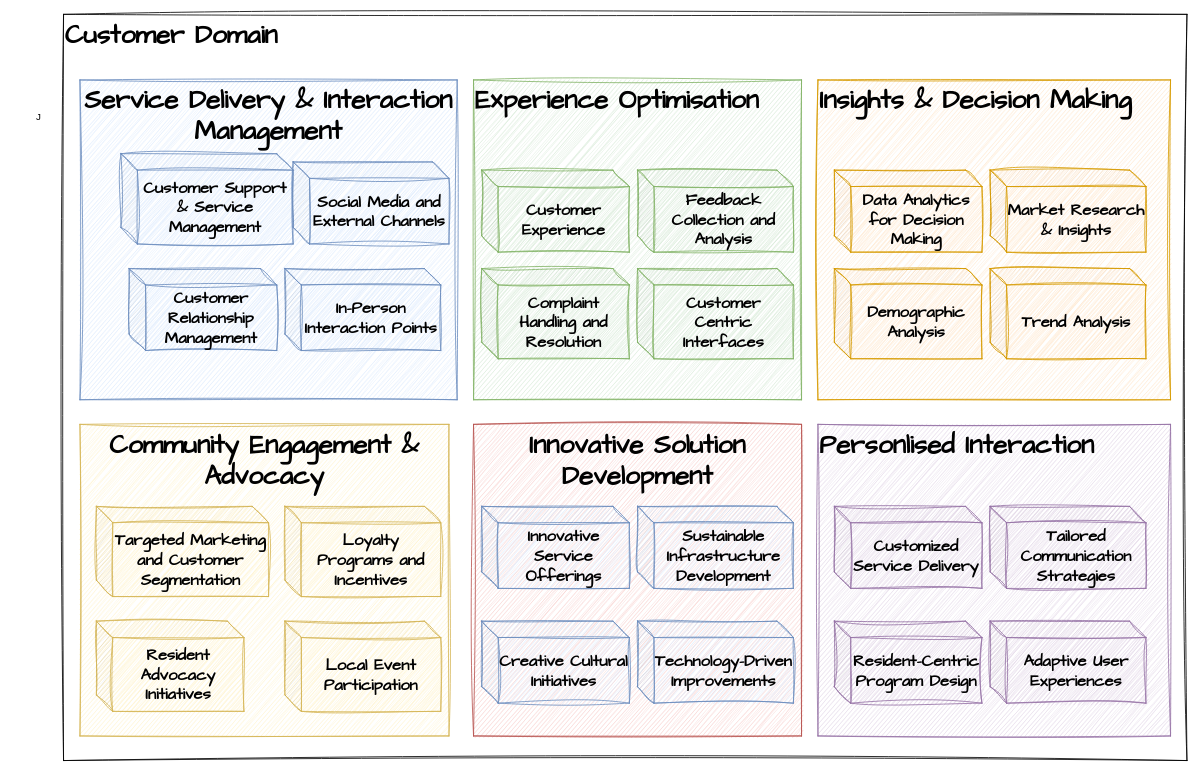
Before: page "Page-10" (10 of 13) of Untitled Diagram.drawio in onlinepractice/digitalbanking, a draw.io diagram. Source tidied: cells renumbered, new cells numbered last; positions are measured from the earlier drawing's top-left corner, leaving out a move shared by most shapes. Both pictures are drawn from the tidied source at 82%, with x=0, y=0 at pixel (14, 14).
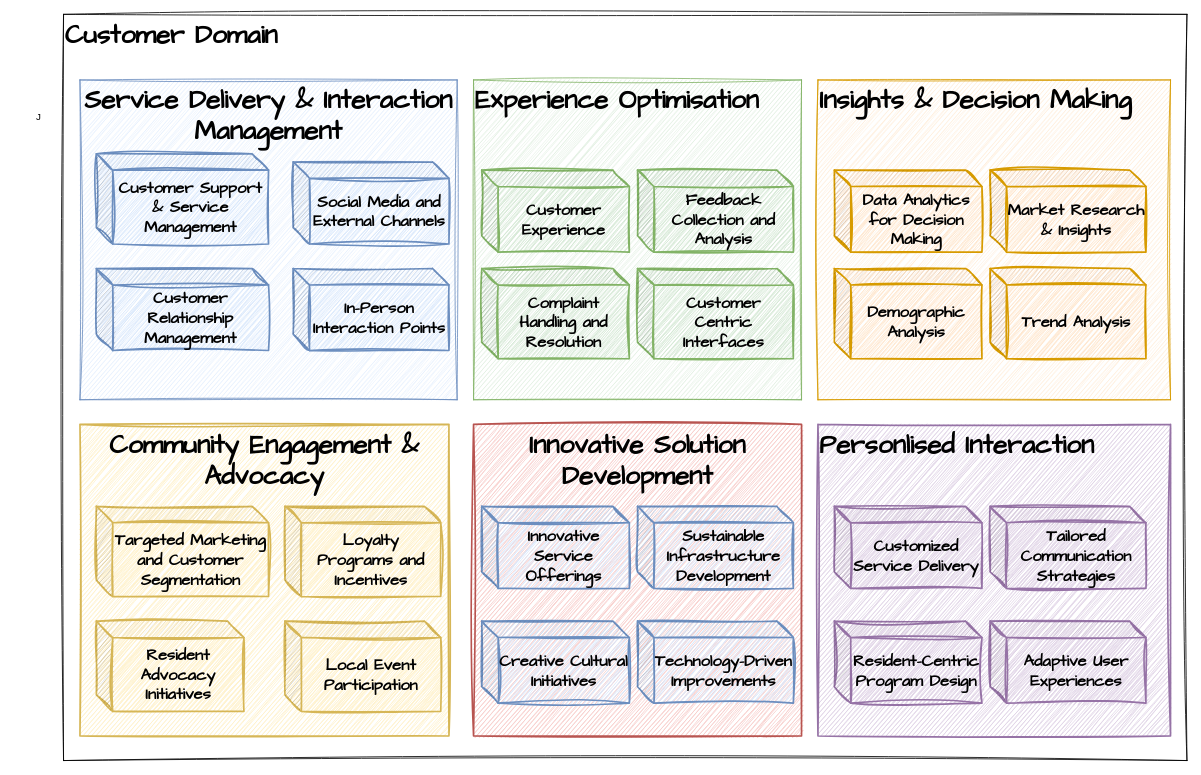
The same diagram, later.

What changed in the source:
```diff
@@
-    <mxCell id="6" value="Community Engagement &amp;amp; Advocacy" style="rounded=0;whiteSpace=wrap;html=1;sketch=1;hachureGap=4;jiggle=2;curveFitting=1;fontFamily=Architects Daughter;fontSize=32;align=center;verticalAlign=top;fontStyle=1;fillColor=#fff2cc;strokeColor=#d6b656;" parent="1" vertex="1">
+    <mxCell id="6" value="Community Engagement &amp;amp; Advocacy" style="rounded=0;whiteSpace=wrap;html=1;sketch=1;hachureGap=4;jiggle=2;curveFitting=1;fontFamily=Architects Daughter;fontSize=32;align=center;verticalAlign=top;fontStyle=1;fillColor=#fff2cc;strokeColor=#d6b656;strokeWidth=2;" parent="1" vertex="1">
       <mxGeometry x="80" y="500" width="450" height="380" as="geometry" />
     </mxCell>
-    <mxCell id="7" value="Innovative Solution Development" style="rounded=0;whiteSpace=wrap;html=1;sketch=1;hachureGap=4;jiggle=2;curveFitting=1;fontFamily=Architects Daughter;fontSize=32;align=center;verticalAlign=top;fontStyle=1;fillColor=#f8cecc;strokeColor=#b85450;" parent="1" vertex="1">
+    <mxCell id="7" value="Innovative Solution Development" style="rounded=0;whiteSpace=wrap;html=1;sketch=1;hachureGap=4;jiggle=2;curveFitting=1;fontFamily=Architects Daughter;fontSize=32;align=center;verticalAlign=top;fontStyle=1;fillColor=#f8cecc;strokeColor=#b85450;strokeWidth=2;" parent="1" vertex="1">
       <mxGeometry x="560" y="500" width="400" height="380" as="geometry" />
     </mxCell>
-    <mxCell id="8" value="Personlised Interaction" style="rounded=0;whiteSpace=wrap;html=1;sketch=1;hachureGap=4;jiggle=2;curveFitting=1;fontFamily=Architects Daughter;fontSize=32;align=left;verticalAlign=top;fontStyle=1;fillColor=#e1d5e7;strokeColor=#9673a6;" parent="1" vertex="1">
+    <mxCell id="8" value="Personlised Interaction" style="rounded=0;whiteSpace=wrap;html=1;sketch=1;hachureGap=4;jiggle=2;curveFitting=1;fontFamily=Architects Daughter;fontSize=32;align=left;verticalAlign=top;fontStyle=1;fillColor=#e1d5e7;strokeColor=#9673a6;strokeWidth=2;" parent="1" vertex="1">
       <mxGeometry x="980" y="500" width="430" height="380" as="geometry" />
     </mxCell>
-    <mxCell id="9" value="Customer Support &amp;amp; Service Management" style="shape=cube;whiteSpace=wrap;html=1;boundedLbl=1;backgroundOutline=1;darkOpacity=0.05;darkOpacity2=0.1;fontSize=20;fontFamily=Architects Daughter;align=center;verticalAlign=middle;fillColor=#dae8fc;strokeColor=#6c8ebf;rounded=0;sketch=1;hachureGap=4;jiggle=2;curveFitting=1;fontStyle=1;" parent="1" vertex="1">
-      <mxGeometry x="130" y="170" width="210" height="110" as="geometry" />
+    <mxCell id="9" value="Customer Support &amp;amp; Service Management" style="shape=cube;whiteSpace=wrap;html=1;boundedLbl=1;backgroundOutline=1;darkOpacity=0.05;darkOpacity2=0.1;fontSize=20;fontFamily=Architects Daughter;align=center;verticalAlign=middle;fillColor=#dae8fc;strokeColor=#6c8ebf;rounded=0;sketch=1;hachureGap=4;jiggle=2;curveFitting=1;fontStyle=1;strokeWidth=2;shadow=0;perimeterSpacing=0;size=20;" parent="1" vertex="1">
+      <mxGeometry x="100" y="170" width="210" height="110" as="geometry" />
     </mxCell>
-    <mxCell id="10" value="Social Media and External Channels" style="shape=cube;whiteSpace=wrap;html=1;boundedLbl=1;backgroundOutline=1;darkOpacity=0.05;darkOpacity2=0.1;fontSize=20;fontFamily=Architects Daughter;fillColor=#dae8fc;strokeColor=#6c8ebf;rounded=0;sketch=1;hachureGap=4;jiggle=2;curveFitting=1;fontStyle=1;" parent="1" vertex="1">
+    <mxCell id="10" value="Social Media and External Channels" style="shape=cube;whiteSpace=wrap;html=1;boundedLbl=1;backgroundOutline=1;darkOpacity=0.05;darkOpacity2=0.1;fontSize=20;fontFamily=Architects Daughter;fillColor=#dae8fc;strokeColor=#6c8ebf;rounded=0;sketch=1;hachureGap=4;jiggle=2;curveFitting=1;fontStyle=1;strokeWidth=2;shadow=0;perimeterSpacing=0;size=20;" parent="1" vertex="1">
       <mxGeometry x="340" y="180" width="190" height="100" as="geometry" />
     </mxCell>
-    <mxCell id="11" value="Customer Relationship Management" style="shape=cube;whiteSpace=wrap;html=1;boundedLbl=1;backgroundOutline=1;darkOpacity=0.05;darkOpacity2=0.1;fontSize=20;fontFamily=Architects Daughter;fillColor=#dae8fc;strokeColor=#6c8ebf;rounded=0;sketch=1;hachureGap=4;jiggle=2;curveFitting=1;fontStyle=1;" parent="1" vertex="1">
-      <mxGeometry x="140" y="310" width="180" height="100" as="geometry" />
+    <mxCell id="11" value="Customer Relationship Management" style="shape=cube;whiteSpace=wrap;html=1;boundedLbl=1;backgroundOutline=1;darkOpacity=0.05;darkOpacity2=0.1;fontSize=20;fontFamily=Architects Daughter;fillColor=#dae8fc;strokeColor=#6c8ebf;rounded=0;sketch=1;hachureGap=4;jiggle=2;curveFitting=1;fontStyle=1;strokeWidth=2;shadow=0;perimeterSpacing=0;size=20;" parent="1" vertex="1">
+      <mxGeometry x="100" y="310" width="210" height="100" as="geometry" />
     </mxCell>
-    <mxCell id="12" value="In-Person Interaction Points" style="shape=cube;whiteSpace=wrap;html=1;boundedLbl=1;backgroundOutline=1;darkOpacity=0.05;darkOpacity2=0.1;fontSize=20;fontFamily=Architects Daughter;fillColor=#dae8fc;strokeColor=#6c8ebf;rounded=0;sketch=1;hachureGap=4;jiggle=2;curveFitting=1;fontStyle=1;" parent="1" vertex="1">
-      <mxGeometry x="330" y="310" width="190" height="100" as="geometry" />
+    <mxCell id="12" value="In-Person Interaction Points" style="shape=cube;whiteSpace=wrap;html=1;boundedLbl=1;backgroundOutline=1;darkOpacity=0.05;darkOpacity2=0.1;fontSize=20;fontFamily=Architects Daughter;fillColor=#dae8fc;strokeColor=#6c8ebf;rounded=0;sketch=1;hachureGap=4;jiggle=2;curveFitting=1;fontStyle=1;strokeWidth=2;shadow=0;perimeterSpacing=0;size=20;" parent="1" vertex="1">
+      <mxGeometry x="340" y="310" width="190" height="100" as="geometry" />
     </mxCell>
-    <mxCell id="13" value="Customer Experience" style="shape=cube;whiteSpace=wrap;html=1;boundedLbl=1;backgroundOutline=1;darkOpacity=0.05;darkOpacity2=0.1;fontSize=20;fontFamily=Architects Daughter;fillColor=#d5e8d4;strokeColor=#82b366;rounded=0;sketch=1;hachureGap=4;jiggle=2;curveFitting=1;fontStyle=1;" parent="1" vertex="1">
+    <mxCell id="13" value="Customer Experience" style="shape=cube;whiteSpace=wrap;html=1;boundedLbl=1;backgroundOutline=1;darkOpacity=0.05;darkOpacity2=0.1;fontSize=20;fontFamily=Architects Daughter;fillColor=#d5e8d4;strokeColor=#82b366;rounded=0;sketch=1;hachureGap=4;jiggle=2;curveFitting=1;fontStyle=1;strokeWidth=2;shadow=0;perimeterSpacing=0;size=20;" parent="1" vertex="1">
       <mxGeometry x="570" y="190" width="180" height="100" as="geometry" />
     </mxCell>
-    <mxCell id="14" value="Feedback Collection and Analysis" style="shape=cube;whiteSpace=wrap;html=1;boundedLbl=1;backgroundOutline=1;darkOpacity=0.05;darkOpacity2=0.1;fontSize=20;fontFamily=Architects Daughter;fillColor=#d5e8d4;strokeColor=#82b366;rounded=0;sketch=1;hachureGap=4;jiggle=2;curveFitting=1;fontStyle=1;" parent="1" vertex="1">
+    <mxCell id="14" value="Feedback Collection and Analysis" style="shape=cube;whiteSpace=wrap;html=1;boundedLbl=1;backgroundOutline=1;darkOpacity=0.05;darkOpacity2=0.1;fontSize=20;fontFamily=Architects Daughter;fillColor=#d5e8d4;strokeColor=#82b366;rounded=0;sketch=1;hachureGap=4;jiggle=2;curveFitting=1;fontStyle=1;strokeWidth=2;shadow=0;perimeterSpacing=0;size=20;" parent="1" vertex="1">
       <mxGeometry x="760" y="190" width="190" height="100" as="geometry" />
     </mxCell>
-    <mxCell id="15" value="Complaint Handling and Resolution" style="shape=cube;whiteSpace=wrap;html=1;boundedLbl=1;backgroundOutline=1;darkOpacity=0.05;darkOpacity2=0.1;fontSize=20;fontFamily=Architects Daughter;fillColor=#d5e8d4;strokeColor=#82b366;rounded=0;sketch=1;hachureGap=4;jiggle=2;curveFitting=1;fontStyle=1;" parent="1" vertex="1">
+    <mxCell id="15" value="Complaint Handling and Resolution" style="shape=cube;whiteSpace=wrap;html=1;boundedLbl=1;backgroundOutline=1;darkOpacity=0.05;darkOpacity2=0.1;fontSize=20;fontFamily=Architects Daughter;fillColor=#d5e8d4;strokeColor=#82b366;rounded=0;sketch=1;hachureGap=4;jiggle=2;curveFitting=1;fontStyle=1;strokeWidth=2;shadow=0;perimeterSpacing=0;size=20;" parent="1" vertex="1">
       <mxGeometry x="570" y="310" width="180" height="110" as="geometry" />
     </mxCell>
-    <mxCell id="16" value="Customer Centric Interfaces" style="shape=cube;whiteSpace=wrap;html=1;boundedLbl=1;backgroundOutline=1;darkOpacity=0.05;darkOpacity2=0.1;fontSize=20;fontFamily=Architects Daughter;fillColor=#d5e8d4;strokeColor=#82b366;rounded=0;sketch=1;hachureGap=4;jiggle=2;curveFitting=1;fontStyle=1;" parent="1" vertex="1">
+    <mxCell id="16" value="Customer Centric Interfaces" style="shape=cube;whiteSpace=wrap;html=1;boundedLbl=1;backgroundOutline=1;darkOpacity=0.05;darkOpacity2=0.1;fontSize=20;fontFamily=Architects Daughter;fillColor=#d5e8d4;strokeColor=#82b366;rounded=0;sketch=1;hachureGap=4;jiggle=2;curveFitting=1;fontStyle=1;strokeWidth=2;shadow=0;perimeterSpacing=0;size=20;" parent="1" vertex="1">
       <mxGeometry x="760" y="310" width="190" height="110" as="geometry" />
     </mxCell>
-    <mxCell id="17" value="Data Analytics for Decision Making" style="shape=cube;whiteSpace=wrap;html=1;boundedLbl=1;backgroundOutline=1;darkOpacity=0.05;darkOpacity2=0.1;fontSize=20;fontFamily=Architects Daughter;fillColor=#ffe6cc;strokeColor=#d79b00;rounded=0;sketch=1;hachureGap=4;jiggle=2;curveFitting=1;fontStyle=1;" parent="1" vertex="1">
+    <mxCell id="17" value="Data Analytics for Decision Making" style="shape=cube;whiteSpace=wrap;html=1;boundedLbl=1;backgroundOutline=1;darkOpacity=0.05;darkOpacity2=0.1;fontSize=20;fontFamily=Architects Daughter;fillColor=#ffe6cc;strokeColor=#d79b00;rounded=0;sketch=1;hachureGap=4;jiggle=2;curveFitting=1;fontStyle=1;strokeWidth=2;shadow=0;perimeterSpacing=0;size=20;" parent="1" vertex="1">
       <mxGeometry x="1000" y="190" width="180" height="100" as="geometry" />
     </mxCell>
-    <mxCell id="18" value="Market Research &amp;amp; Insights" style="shape=cube;whiteSpace=wrap;html=1;boundedLbl=1;backgroundOutline=1;darkOpacity=0.05;darkOpacity2=0.1;fontSize=20;fontFamily=Architects Daughter;fillColor=#ffe6cc;strokeColor=#d79b00;rounded=0;sketch=1;hachureGap=4;jiggle=2;curveFitting=1;fontStyle=1;" parent="1" vertex="1">
+    <mxCell id="18" value="Market Research &amp;amp; Insights" style="shape=cube;whiteSpace=wrap;html=1;boundedLbl=1;backgroundOutline=1;darkOpacity=0.05;darkOpacity2=0.1;fontSize=20;fontFamily=Architects Daughter;fillColor=#ffe6cc;strokeColor=#d79b00;rounded=0;sketch=1;hachureGap=4;jiggle=2;curveFitting=1;fontStyle=1;strokeWidth=2;shadow=0;perimeterSpacing=0;size=20;" parent="1" vertex="1">
       <mxGeometry x="1190" y="190" width="190" height="100" as="geometry" />
     </mxCell>
-    <mxCell id="19" value="Demographic Analysis" style="shape=cube;whiteSpace=wrap;html=1;boundedLbl=1;backgroundOutline=1;darkOpacity=0.05;darkOpacity2=0.1;fontSize=20;fontFamily=Architects Daughter;fillColor=#ffe6cc;strokeColor=#d79b00;rounded=0;sketch=1;hachureGap=4;jiggle=2;curveFitting=1;fontStyle=1;" parent="1" vertex="1">
+    <mxCell id="19" value="Demographic Analysis" style="shape=cube;whiteSpace=wrap;html=1;boundedLbl=1;backgroundOutline=1;darkOpacity=0.05;darkOpacity2=0.1;fontSize=20;fontFamily=Architects Daughter;fillColor=#ffe6cc;strokeColor=#d79b00;rounded=0;sketch=1;hachureGap=4;jiggle=2;curveFitting=1;fontStyle=1;strokeWidth=2;shadow=0;perimeterSpacing=0;size=20;" parent="1" vertex="1">
       <mxGeometry x="1000" y="310" width="180" height="110" as="geometry" />
     </mxCell>
-    <mxCell id="20" value="Trend Analysis" style="shape=cube;whiteSpace=wrap;html=1;boundedLbl=1;backgroundOutline=1;darkOpacity=0.05;darkOpacity2=0.1;fontSize=20;fontFamily=Architects Daughter;fillColor=#ffe6cc;strokeColor=#d79b00;rounded=0;sketch=1;hachureGap=4;jiggle=2;curveFitting=1;fontStyle=1;" parent="1" vertex="1">
+    <mxCell id="20" value="Trend Analysis" style="shape=cube;whiteSpace=wrap;html=1;boundedLbl=1;backgroundOutline=1;darkOpacity=0.05;darkOpacity2=0.1;fontSize=20;fontFamily=Architects Daughter;fillColor=#ffe6cc;strokeColor=#d79b00;rounded=0;sketch=1;hachureGap=4;jiggle=2;curveFitting=1;fontStyle=1;strokeWidth=2;shadow=0;perimeterSpacing=0;size=20;" parent="1" vertex="1">
       <mxGeometry x="1190" y="310" width="190" height="110" as="geometry" />
     </mxCell>
-    <mxCell id="21" value="Targeted Marketing and Customer Segmentation" style="shape=cube;whiteSpace=wrap;html=1;boundedLbl=1;backgroundOutline=1;darkOpacity=0.05;darkOpacity2=0.1;fontSize=20;fontFamily=Architects Daughter;fillColor=#fff2cc;strokeColor=#d6b656;rounded=0;sketch=1;hachureGap=4;jiggle=2;curveFitting=1;fontStyle=1;" parent="1" vertex="1">
+    <mxCell id="21" value="Targeted Marketing and Customer Segmentation" style="shape=cube;whiteSpace=wrap;html=1;boundedLbl=1;backgroundOutline=1;darkOpacity=0.05;darkOpacity2=0.1;fontSize=20;fontFamily=Architects Daughter;fillColor=#fff2cc;strokeColor=#d6b656;rounded=0;sketch=1;hachureGap=4;jiggle=2;curveFitting=1;fontStyle=1;strokeWidth=2;shadow=0;perimeterSpacing=0;size=20;" parent="1" vertex="1">
       <mxGeometry x="100" y="600" width="210" height="110" as="geometry" />
     </mxCell>
-    <mxCell id="22" value="Loyalty Programs and Incentives" style="shape=cube;whiteSpace=wrap;html=1;boundedLbl=1;backgroundOutline=1;darkOpacity=0.05;darkOpacity2=0.1;fontSize=20;fontFamily=Architects Daughter;fillColor=#fff2cc;strokeColor=#d6b656;rounded=0;sketch=1;hachureGap=4;jiggle=2;curveFitting=1;fontStyle=1;" parent="1" vertex="1">
+    <mxCell id="22" value="Loyalty Programs and Incentives" style="shape=cube;whiteSpace=wrap;html=1;boundedLbl=1;backgroundOutline=1;darkOpacity=0.05;darkOpacity2=0.1;fontSize=20;fontFamily=Architects Daughter;fillColor=#fff2cc;strokeColor=#d6b656;rounded=0;sketch=1;hachureGap=4;jiggle=2;curveFitting=1;fontStyle=1;strokeWidth=2;shadow=0;perimeterSpacing=0;size=20;" parent="1" vertex="1">
       <mxGeometry x="330" y="600" width="190" height="110" as="geometry" />
     </mxCell>
-    <mxCell id="23" value="Resident Advocacy Initiatives" style="shape=cube;whiteSpace=wrap;html=1;boundedLbl=1;backgroundOutline=1;darkOpacity=0.05;darkOpacity2=0.1;fontSize=20;fontFamily=Architects Daughter;fillColor=#fff2cc;strokeColor=#d6b656;rounded=0;sketch=1;hachureGap=4;jiggle=2;curveFitting=1;fontStyle=1;" parent="1" vertex="1">
+    <mxCell id="23" value="Resident Advocacy Initiatives" style="shape=cube;whiteSpace=wrap;html=1;boundedLbl=1;backgroundOutline=1;darkOpacity=0.05;darkOpacity2=0.1;fontSize=20;fontFamily=Architects Daughter;fillColor=#fff2cc;strokeColor=#d6b656;rounded=0;sketch=1;hachureGap=4;jiggle=2;curveFitting=1;fontStyle=1;strokeWidth=2;shadow=0;perimeterSpacing=0;size=20;" parent="1" vertex="1">
       <mxGeometry x="100" y="740" width="180" height="110" as="geometry" />
     </mxCell>
-    <mxCell id="24" value="Local Event Participation" style="shape=cube;whiteSpace=wrap;html=1;boundedLbl=1;backgroundOutline=1;darkOpacity=0.05;darkOpacity2=0.1;fontSize=20;fontFamily=Architects Daughter;fillColor=#fff2cc;strokeColor=#d6b656;rounded=0;sketch=1;hachureGap=4;jiggle=2;curveFitting=1;fontStyle=1;" parent="1" vertex="1">
+    <mxCell id="24" value="Local Event Participation" style="shape=cube;whiteSpace=wrap;html=1;boundedLbl=1;backgroundOutline=1;darkOpacity=0.05;darkOpacity2=0.1;fontSize=20;fontFamily=Architects Daughter;fillColor=#fff2cc;strokeColor=#d6b656;rounded=0;sketch=1;hachureGap=4;jiggle=2;curveFitting=1;fontStyle=1;strokeWidth=2;shadow=0;perimeterSpacing=0;size=20;" parent="1" vertex="1">
       <mxGeometry x="330" y="740" width="190" height="110" as="geometry" />
     </mxCell>
-    <mxCell id="25" value="Innovative Service Offerings" style="shape=cube;whiteSpace=wrap;html=1;boundedLbl=1;backgroundOutline=1;darkOpacity=0.05;darkOpacity2=0.1;fontSize=20;fontFamily=Architects Daughter;fillColor=#dae8fc;strokeColor=#6c8ebf;rounded=0;sketch=1;hachureGap=4;jiggle=2;curveFitting=1;fontStyle=1;" parent="1" vertex="1">
+    <mxCell id="25" value="Innovative Service Offerings" style="shape=cube;whiteSpace=wrap;html=1;boundedLbl=1;backgroundOutline=1;darkOpacity=0.05;darkOpacity2=0.1;fontSize=20;fontFamily=Architects Daughter;fillColor=#dae8fc;strokeColor=#6c8ebf;rounded=0;sketch=1;hachureGap=4;jiggle=2;curveFitting=1;fontStyle=1;strokeWidth=2;shadow=0;perimeterSpacing=0;size=20;" parent="1" vertex="1">
       <mxGeometry x="570" y="600" width="180" height="100" as="geometry" />
     </mxCell>
-    <mxCell id="26" value="Sustainable Infrastructure Development" style="shape=cube;whiteSpace=wrap;html=1;boundedLbl=1;backgroundOutline=1;darkOpacity=0.05;darkOpacity2=0.1;fontSize=20;fontFamily=Architects Daughter;fillColor=#dae8fc;strokeColor=#6c8ebf;rounded=0;sketch=1;hachureGap=4;jiggle=2;curveFitting=1;fontStyle=1;" parent="1" vertex="1">
+    <mxCell id="26" value="Sustainable Infrastructure Development" style="shape=cube;whiteSpace=wrap;html=1;boundedLbl=1;backgroundOutline=1;darkOpacity=0.05;darkOpacity2=0.1;fontSize=20;fontFamily=Architects Daughter;fillColor=#dae8fc;strokeColor=#6c8ebf;rounded=0;sketch=1;hachureGap=4;jiggle=2;curveFitting=1;fontStyle=1;strokeWidth=2;shadow=0;perimeterSpacing=0;size=20;" parent="1" vertex="1">
       <mxGeometry x="760" y="600" width="190" height="100" as="geometry" />
     </mxCell>
-    <mxCell id="27" value="Creative Cultural Initiatives" style="shape=cube;whiteSpace=wrap;html=1;boundedLbl=1;backgroundOutline=1;darkOpacity=0.05;darkOpacity2=0.1;fontSize=20;fontFamily=Architects Daughter;fillColor=#dae8fc;strokeColor=#6c8ebf;rounded=0;sketch=1;hachureGap=4;jiggle=2;curveFitting=1;fontStyle=1;" parent="1" vertex="1">
+    <mxCell id="27" value="Creative Cultural Initiatives" style="shape=cube;whiteSpace=wrap;html=1;boundedLbl=1;backgroundOutline=1;darkOpacity=0.05;darkOpacity2=0.1;fontSize=20;fontFamily=Architects Daughter;fillColor=#dae8fc;strokeColor=#6c8ebf;rounded=0;sketch=1;hachureGap=4;jiggle=2;curveFitting=1;fontStyle=1;strokeWidth=2;shadow=0;perimeterSpacing=0;size=20;" parent="1" vertex="1">
       <mxGeometry x="570" y="740" width="180" height="100" as="geometry" />
     </mxCell>
-    <mxCell id="28" value="Technology-Driven Improvements" style="shape=cube;whiteSpace=wrap;html=1;boundedLbl=1;backgroundOutline=1;darkOpacity=0.05;darkOpacity2=0.1;fontSize=20;fontFamily=Architects Daughter;fillColor=#dae8fc;strokeColor=#6c8ebf;rounded=0;sketch=1;hachureGap=4;jiggle=2;curveFitting=1;fontStyle=1;" parent="1" vertex="1">
+    <mxCell id="28" value="Technology-Driven Improvements" style="shape=cube;whiteSpace=wrap;html=1;boundedLbl=1;backgroundOutline=1;darkOpacity=0.05;darkOpacity2=0.1;fontSize=20;fontFamily=Architects Daughter;fillColor=#dae8fc;strokeColor=#6c8ebf;rounded=0;sketch=1;hachureGap=4;jiggle=2;curveFitting=1;fontStyle=1;strokeWidth=2;shadow=0;perimeterSpacing=0;size=20;" parent="1" vertex="1">
       <mxGeometry x="760" y="740" width="190" height="100" as="geometry" />
     </mxCell>
-    <mxCell id="29" value="Customized Service Delivery" style="shape=cube;whiteSpace=wrap;html=1;boundedLbl=1;backgroundOutline=1;darkOpacity=0.05;darkOpacity2=0.1;fontSize=20;fontFamily=Architects Daughter;fillColor=#e1d5e7;strokeColor=#9673a6;rounded=0;sketch=1;hachureGap=4;jiggle=2;curveFitting=1;fontStyle=1;" parent="1" vertex="1">
+    <mxCell id="29" value="Customized Service Delivery" style="shape=cube;whiteSpace=wrap;html=1;boundedLbl=1;backgroundOutline=1;darkOpacity=0.05;darkOpacity2=0.1;fontSize=20;fontFamily=Architects Daughter;fillColor=#e1d5e7;strokeColor=#9673a6;rounded=0;sketch=1;hachureGap=4;jiggle=2;curveFitting=1;fontStyle=1;strokeWidth=2;shadow=0;perimeterSpacing=0;size=20;" parent="1" vertex="1">
       <mxGeometry x="1000" y="600" width="180" height="100" as="geometry" />
     </mxCell>
-    <mxCell id="30" value="Tailored Communication Strategies" style="shape=cube;whiteSpace=wrap;html=1;boundedLbl=1;backgroundOutline=1;darkOpacity=0.05;darkOpacity2=0.1;fontSize=20;fontFamily=Architects Daughter;fillColor=#e1d5e7;strokeColor=#9673a6;rounded=0;sketch=1;hachureGap=4;jiggle=2;curveFitting=1;fontStyle=1;" parent="1" vertex="1">
+    <mxCell id="30" value="Tailored Communication Strategies" style="shape=cube;whiteSpace=wrap;html=1;boundedLbl=1;backgroundOutline=1;darkOpacity=0.05;darkOpacity2=0.1;fontSize=20;fontFamily=Architects Daughter;fillColor=#e1d5e7;strokeColor=#9673a6;rounded=0;sketch=1;hachureGap=4;jiggle=2;curveFitting=1;fontStyle=1;strokeWidth=2;shadow=0;perimeterSpacing=0;size=20;" parent="1" vertex="1">
       <mxGeometry x="1190" y="600" width="190" height="100" as="geometry" />
     </mxCell>
-    <mxCell id="31" value="Resident-Centric Program Design" style="shape=cube;whiteSpace=wrap;html=1;boundedLbl=1;backgroundOutline=1;darkOpacity=0.05;darkOpacity2=0.1;fontSize=20;fontFamily=Architects Daughter;fillColor=#e1d5e7;strokeColor=#9673a6;rounded=0;sketch=1;hachureGap=4;jiggle=2;curveFitting=1;fontStyle=1;" parent="1" vertex="1">
+    <mxCell id="31" value="Resident-Centric Program Design" style="shape=cube;whiteSpace=wrap;html=1;boundedLbl=1;backgroundOutline=1;darkOpacity=0.05;darkOpacity2=0.1;fontSize=20;fontFamily=Architects Daughter;fillColor=#e1d5e7;strokeColor=#9673a6;rounded=0;sketch=1;hachureGap=4;jiggle=2;curveFitting=1;fontStyle=1;strokeWidth=2;shadow=0;perimeterSpacing=0;size=20;" parent="1" vertex="1">
       <mxGeometry x="1000" y="740" width="180" height="100" as="geometry" />
     </mxCell>
-    <mxCell id="32" value="Adaptive User Experiences" style="shape=cube;whiteSpace=wrap;html=1;boundedLbl=1;backgroundOutline=1;darkOpacity=0.05;darkOpacity2=0.1;fontSize=20;fontFamily=Architects Daughter;fillColor=#e1d5e7;strokeColor=#9673a6;rounded=0;sketch=1;hachureGap=4;jiggle=2;curveFitting=1;fontStyle=1;" parent="1" vertex="1">
+    <mxCell id="32" value="Adaptive User Experiences" style="shape=cube;whiteSpace=wrap;html=1;boundedLbl=1;backgroundOutline=1;darkOpacity=0.05;darkOpacity2=0.1;fontSize=20;fontFamily=Architects Daughter;fillColor=#e1d5e7;strokeColor=#9673a6;rounded=0;sketch=1;hachureGap=4;jiggle=2;curveFitting=1;fontStyle=1;strokeWidth=2;shadow=0;perimeterSpacing=0;size=20;" parent="1" vertex="1">
       <mxGeometry x="1190" y="740" width="190" height="100" as="geometry" />
     </mxCell>
```
